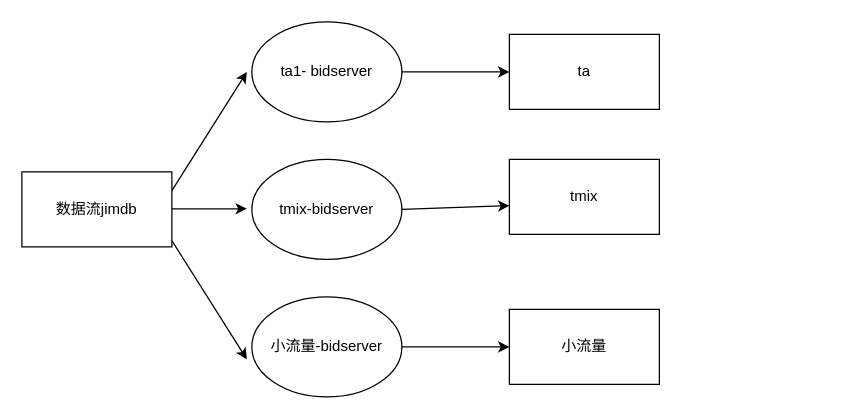
This is euv目前小流量方案.drawio from luluyouyue/faq, a draw.io file, before an edit. Source tidied: cells renumbered, new cells numbered last; positions are measured from the earlier drawing's top-left corner, leaving out a move shared by most shapes. Both pictures are drawn from the tidied source at 125%, with x=0, y=0 at pixel (21, 21).
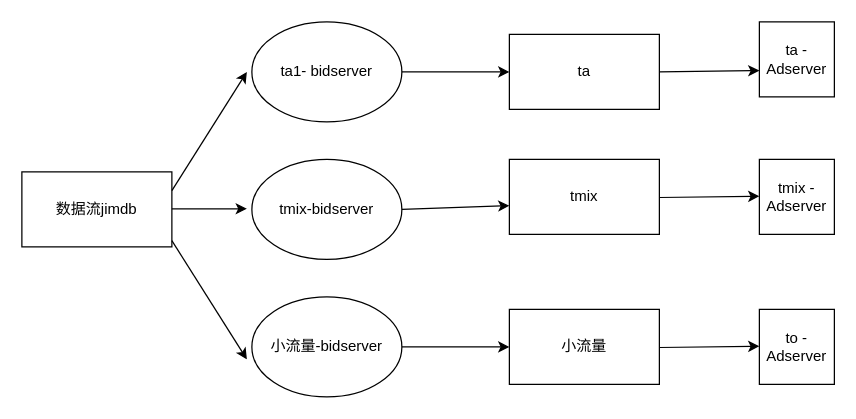
The same diagram, later.

Commit message:
Update euv目前小流量方案.drawio

The edit, as a diff of the source:
```diff
@@
+    <mxCell id="15" value="ta -Adserver" style="whiteSpace=wrap;html=1;" parent="1" vertex="1">
+      <mxGeometry x="590" width="60" height="60" as="geometry" />
+    </mxCell>
+    <mxCell id="16" value="tmix -Adserver" style="whiteSpace=wrap;html=1;" parent="1" vertex="1">
+      <mxGeometry x="590" y="110" width="60" height="60" as="geometry" />
+    </mxCell>
+    <mxCell id="17" value="to -Adserver" style="whiteSpace=wrap;html=1;" parent="1" vertex="1">
+      <mxGeometry x="590" y="230" width="60" height="60" as="geometry" />
+    </mxCell>
+    <mxCell id="18" style="endArrow=classic;html=1;entryX=0;entryY=0.65;entryDx=0;entryDy=0;entryPerimeter=0;" parent="1" edge="1" target="15">
+      <mxGeometry relative="1" as="geometry">
+        <mxPoint x="510" y="40" as="sourcePoint" />
+      </mxGeometry>
+    </mxCell>
+    <mxCell id="19" style="endArrow=classic;html=1;entryX=0;entryY=0.65;entryDx=0;entryDy=0;entryPerimeter=0;" parent="1" edge="1">
+      <mxGeometry relative="1" as="geometry">
+        <mxPoint x="510" y="140.5" as="sourcePoint" />
+        <mxPoint x="590" y="139.5" as="targetPoint" />
+      </mxGeometry>
+    </mxCell>
+    <mxCell id="20" style="endArrow=classic;html=1;entryX=0;entryY=0.65;entryDx=0;entryDy=0;entryPerimeter=0;" parent="1" edge="1">
+      <mxGeometry relative="1" as="geometry">
+        <mxPoint x="510" y="260.5" as="sourcePoint" />
+        <mxPoint x="590" y="259.5" as="targetPoint" />
+      </mxGeometry>
+    </mxCell>
```
